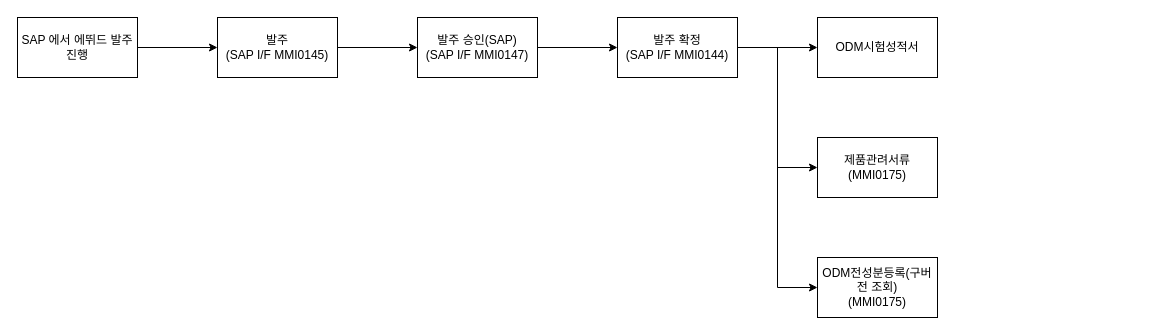
This is page "발주" (4 of 4) of 제목 없는 다이어그램.drawio from jeahuck/yang, a draw.io file, before an edit. Source tidied: cells renumbered, new cells numbered last; positions are measured from the earlier drawing's top-left corner, leaving out a move shared by most shapes. Both pictures are drawn from the tidied source at 100%, with x=0, y=0 at pixel (17, 17).
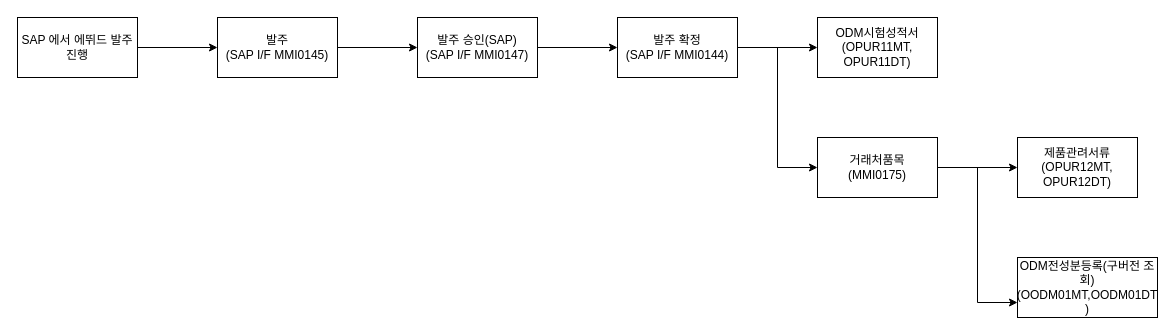
The same page after the edit.

Commit message:
제목 없는 다이어그램.drawio 업데이트

The edit, as a diff of the source:
```diff
@@
 <mxGraphModel>
   <root>
     <mxCell id="0" />
     <mxCell id="1" parent="0" />
     <mxCell id="2" style="edgeStyle=orthogonalEdgeStyle;rounded=0;jettySize=auto;html=1;entryX=0;entryY=0.5;entryDx=0;entryDy=0;" parent="1" edge="1" source="3" target="5">
       <mxGeometry relative="1" as="geometry" />
     </mxCell>
     <mxCell id="3" value="발주&lt;br&gt;(SAP I/F MMI0145)" style="rounded=0;whiteSpace=wrap;html=1;" parent="1" vertex="1">
       <mxGeometry x="200" width="120" height="60" as="geometry" />
     </mxCell>
     <mxCell id="4" style="edgeStyle=orthogonalEdgeStyle;rounded=0;jettySize=auto;html=1;" parent="1" edge="1" source="5" target="11">
       <mxGeometry relative="1" as="geometry" />
     </mxCell>
     <mxCell id="5" value="발주 승인(SAP)&lt;br&gt;(SAP I/F MMI0147)" style="rounded=0;whiteSpace=wrap;html=1;" parent="1" vertex="1">
       <mxGeometry x="400" width="120" height="60" as="geometry" />
     </mxCell>
     <mxCell id="6" style="edgeStyle=orthogonalEdgeStyle;rounded=0;jettySize=auto;html=1;entryX=0;entryY=0.5;entryDx=0;entryDy=0;" parent="1" edge="1" source="7" target="3">
       <mxGeometry relative="1" as="geometry" />
     </mxCell>
     <mxCell id="7" value="SAP 에서 에뛰드 발주 진행" style="rounded=0;whiteSpace=wrap;html=1;" parent="1" vertex="1">
       <mxGeometry width="120" height="60" as="geometry" />
     </mxCell>
     <mxCell id="8" style="edgeStyle=orthogonalEdgeStyle;rounded=0;jettySize=auto;html=1;entryX=0;entryY=0.5;entryDx=0;entryDy=0;" parent="1" edge="1" source="11" target="12">
       <mxGeometry relative="1" as="geometry" />
     </mxCell>
     <mxCell id="9" style="edgeStyle=orthogonalEdgeStyle;rounded=0;jettySize=auto;html=1;entryX=0;entryY=0.5;entryDx=0;entryDy=0;" parent="1" edge="1" source="11" target="13">
       <mxGeometry relative="1" as="geometry" />
     </mxCell>
-    <mxCell id="10" style="edgeStyle=orthogonalEdgeStyle;rounded=0;jettySize=auto;html=1;entryX=0;entryY=0.5;entryDx=0;entryDy=0;" parent="1" edge="1" source="11" target="14">
-      <mxGeometry relative="1" as="geometry" />
-    </mxCell>
     <mxCell id="11" value="발주 확정&lt;br&gt;(SAP I/F MMI0144)" style="rounded=0;whiteSpace=wrap;html=1;" parent="1" vertex="1">
       <mxGeometry x="600" width="120" height="60" as="geometry" />
     </mxCell>
-    <mxCell id="12" value="ODM시험성적서" style="rounded=0;whiteSpace=wrap;html=1;" parent="1" vertex="1">
+    <mxCell id="12" value="ODM시험성적서&lt;br&gt;(OPUR11MT, OPUR11DT)" style="rounded=0;whiteSpace=wrap;html=1;" parent="1" vertex="1">
       <mxGeometry x="800" width="120" height="60" as="geometry" />
     </mxCell>
+    <mxCell id="15" style="edgeStyle=orthogonalEdgeStyle;rounded=0;jettySize=auto;html=1;" parent="1" edge="1" source="13" target="17">
+      <mxGeometry relative="1" as="geometry" />
+    </mxCell>
+    <mxCell id="16" style="edgeStyle=orthogonalEdgeStyle;rounded=0;jettySize=auto;html=1;entryX=0;entryY=0.75;entryDx=0;entryDy=0;" parent="1" edge="1" source="13" target="14">
+      <mxGeometry relative="1" as="geometry" />
+    </mxCell>
-    <mxCell id="13" value="제품관려서류&lt;br&gt;(MMI0175)" style="rounded=0;whiteSpace=wrap;html=1;" parent="1" vertex="1">
+    <mxCell id="13" value="거래처품목&lt;br&gt;(MMI0175)" style="rounded=0;whiteSpace=wrap;html=1;" parent="1" vertex="1">
       <mxGeometry x="800" y="120" width="120" height="60" as="geometry" />
     </mxCell>
-    <mxCell id="14" value="ODM전성분등록(구버전 조회)&lt;br&gt;(MMI0175)" style="rounded=0;whiteSpace=wrap;html=1;" parent="1" vertex="1">
-      <mxGeometry x="800" y="240" width="120" height="60" as="geometry" />
+    <mxCell id="14" value="ODM전성분등록(구버전 조회)&lt;br&gt;(OODM01MT,OODM01DT&lt;br&gt;)" style="rounded=0;whiteSpace=wrap;html=1;" parent="1" vertex="1">
+      <mxGeometry x="1000" y="240" width="140" height="60" as="geometry" />
     </mxCell>
+    <mxCell id="17" value="제품관려서류&lt;br&gt;(OPUR12MT, OPUR12DT)" style="rounded=0;whiteSpace=wrap;html=1;" parent="1" vertex="1">
+      <mxGeometry x="1000" y="120" width="120" height="60" as="geometry" />
+    </mxCell>
   </root>
 </mxGraphModel>
```
